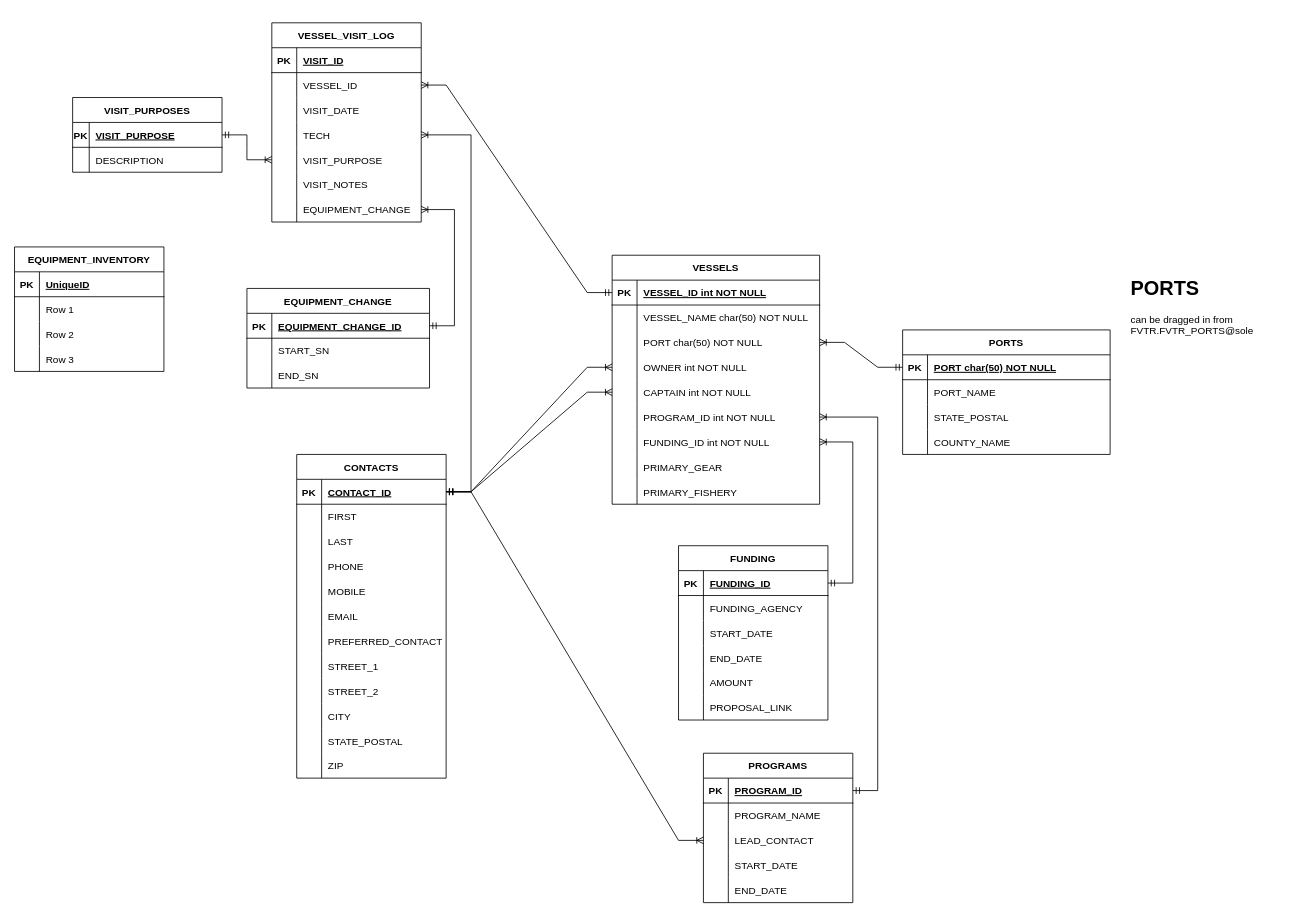
The draw.io diagram eMOLT.drawio in GMaynard1/emolt_project_management, before the edit. Source tidied: cells renumbered, new cells numbered last; positions are measured from the earlier drawing's top-left corner, leaving out a move shared by most shapes. Both pictures are drawn from the tidied source at 83%, with x=0, y=0 at pixel (14, 22).
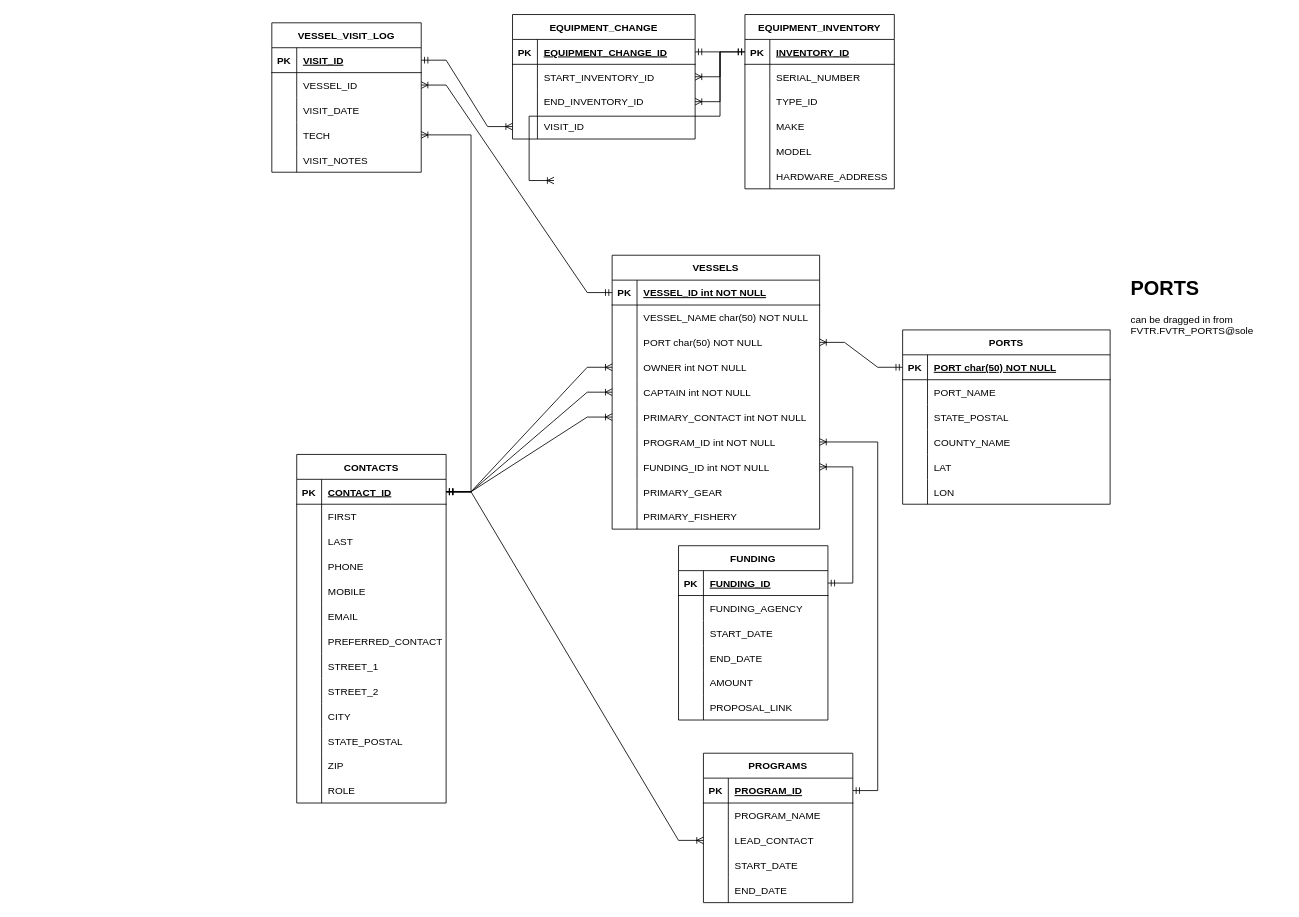
The same page after the edit.

The change refers to these unchanged cells:
```xml
<mxCell id="45" style="shape=partialRectangle;fillColor=none;top=0;left=0;bottom=1;right=0;points=[[0,0.5],[1,0.5]];portConstraint=eastwest;" parent="44" vertex="1">
  <mxGeometry y="30" width="180" height="30" as="geometry" />
</mxCell>
<mxCell id="123" style="shape=partialRectangle;fillColor=none;top=0;left=0;bottom=1;right=0;points=[[0,0.5],[1,0.5]];portConstraint=eastwest;" parent="122" vertex="1">
  <mxGeometry y="30" width="180" height="30" as="geometry" />
</mxCell>
<mxCell id="155" style="shape=partialRectangle;fillColor=none;top=0;left=0;bottom=1;right=0;points=[[0,0.5],[1,0.5]];portConstraint=eastwest;" parent="154" vertex="1">
  <mxGeometry y="30" width="220" height="30" as="geometry" />
</mxCell>
<mxCell id="158" style="shape=partialRectangle;fillColor=none;top=0;left=0;bottom=0;right=0;points=[[0,0.5],[1,0.5]];portConstraint=eastwest;" parent="154" vertex="1">
  <mxGeometry y="60" width="220" height="30" as="geometry" />
</mxCell>
<mxCell id="161" style="shape=partialRectangle;fillColor=none;top=0;left=0;bottom=0;right=0;points=[[0,0.5],[1,0.5]];portConstraint=eastwest;" parent="154" vertex="1">
  <mxGeometry y="90" width="220" height="30" as="geometry" />
</mxCell>
<mxCell id="166" style="shape=partialRectangle;fillColor=none;top=0;left=0;bottom=1;right=0;points=[[0,0.5],[1,0.5]];portConstraint=eastwest;" parent="165" vertex="1">
  <mxGeometry y="30" width="180" height="30" as="geometry" />
</mxCell>
```

Change to the diagram source:
```diff
@@
     <mxCell id="2" value="PORTS" style="shape=table;startSize=30;childLayout=tableLayout;rowLines=0;fontStyle=1;align=center;" parent="1" vertex="1">
-      <mxGeometry x="1070" y="370" width="250" height="150" as="geometry" />
+      <mxGeometry x="1070" y="370" width="250" height="210" as="geometry" />
     </mxCell>
@@
+    <mxCell id="178" style="shape=partialRectangle;fillColor=none;top=0;left=0;right=0;bottom=0;" parent="2" vertex="1">
+      <mxGeometry y="150" width="250" height="30" as="geometry" />
+    </mxCell>
+    <mxCell id="179" style="shape=partialRectangle;overflow=hidden;fillColor=none;top=0;left=0;bottom=0;right=0;" parent="178" vertex="1">
+      <mxGeometry width="30" height="30" as="geometry" />
+    </mxCell>
+    <mxCell id="180" value="LAT" style="shape=partialRectangle;overflow=hidden;fillColor=none;top=0;left=0;bottom=0;right=0;align=left;spacingLeft=6;" parent="178" vertex="1">
+      <mxGeometry x="30" width="220" height="30" as="geometry" />
+    </mxCell>
+    <mxCell id="181" style="shape=partialRectangle;fillColor=none;top=0;left=0;right=0;bottom=0;" parent="2" vertex="1">
+      <mxGeometry y="180" width="250" height="30" as="geometry" />
+    </mxCell>
+    <mxCell id="182" style="shape=partialRectangle;overflow=hidden;fillColor=none;top=0;left=0;bottom=0;right=0;" parent="181" vertex="1">
+      <mxGeometry width="30" height="30" as="geometry" />
+    </mxCell>
+    <mxCell id="183" value="LON" style="shape=partialRectangle;overflow=hidden;fillColor=none;top=0;left=0;bottom=0;right=0;align=left;spacingLeft=6;" parent="181" vertex="1">
+      <mxGeometry x="30" width="220" height="30" as="geometry" />
+    </mxCell>
     <mxCell id="15" value="VESSELS" style="shape=table;startSize=30;childLayout=tableLayout;rowLines=0;fontStyle=1;align=center;" parent="1" vertex="1">
-      <mxGeometry x="720" y="280" width="250" height="300" as="geometry" />
+      <mxGeometry x="720" y="280" width="250" height="330" as="geometry" />
     </mxCell>
@@
+    <mxCell id="184" style="shape=partialRectangle;fillColor=none;points=[[0,0.5],[1,0.5]];portConstraint=eastwest;top=0;left=0;right=0;bottom=0;" parent="15" vertex="1">
+      <mxGeometry y="180" width="250" height="30" as="geometry" />
+    </mxCell>
+    <mxCell id="185" style="shape=partialRectangle;overflow=hidden;fillColor=none;top=0;left=0;bottom=0;right=0;" parent="184" vertex="1">
+      <mxGeometry width="30" height="30" as="geometry" />
+    </mxCell>
+    <mxCell id="186" value="PRIMARY_CONTACT int NOT NULL" style="shape=partialRectangle;overflow=hidden;fillColor=none;top=0;left=0;bottom=0;right=0;align=left;spacingLeft=6;" parent="184" vertex="1">
+      <mxGeometry x="30" width="220" height="30" as="geometry" />
+    </mxCell>
     <mxCell id="31" style="shape=partialRectangle;fillColor=none;points=[[0,0.5],[1,0.5]];portConstraint=eastwest;top=0;left=0;right=0;bottom=0;" parent="15" vertex="1">
-      <mxGeometry y="180" width="250" height="30" as="geometry" />
+      <mxGeometry y="210" width="250" height="30" as="geometry" />
     </mxCell>
@@
     <mxCell id="34" style="shape=partialRectangle;fillColor=none;points=[[0,0.5],[1,0.5]];portConstraint=eastwest;top=0;left=0;right=0;bottom=0;" parent="15" vertex="1">
-      <mxGeometry y="210" width="250" height="30" as="geometry" />
+      <mxGeometry y="240" width="250" height="30" as="geometry" />
     </mxCell>
@@
     <mxCell id="37" style="shape=partialRectangle;fillColor=none;top=0;left=0;right=0;bottom=0;" parent="15" vertex="1">
-      <mxGeometry y="240" width="250" height="30" as="geometry" />
+      <mxGeometry y="270" width="250" height="30" as="geometry" />
     </mxCell>
@@
     <mxCell id="40" style="shape=partialRectangle;fillColor=none;top=0;left=0;right=0;bottom=0;" parent="15" vertex="1">
-      <mxGeometry y="270" width="250" height="30" as="geometry" />
+      <mxGeometry y="300" width="250" height="30" as="geometry" />
     </mxCell>
@@
     <mxCell id="44" value="CONTACTS" style="shape=table;startSize=30;childLayout=tableLayout;rowLines=0;fontStyle=1;align=center;" parent="1" vertex="1">
-      <mxGeometry x="340" y="520" width="180" height="390" as="geometry" />
+      <mxGeometry x="340" y="520" width="180" height="420" as="geometry" />
     </mxCell>
@@
+    <mxCell id="187" style="shape=partialRectangle;fillColor=none;top=0;left=0;bottom=0;right=0;" parent="44" vertex="1">
+      <mxGeometry y="390" width="180" height="30" as="geometry" />
+    </mxCell>
+    <mxCell id="188" style="shape=partialRectangle;fillColor=none;top=0;left=0;bottom=0;right=0;overflow=hidden;" parent="187" vertex="1">
+      <mxGeometry width="30" height="30" as="geometry" />
+    </mxCell>
+    <mxCell id="189" value="ROLE" style="shape=partialRectangle;fillColor=none;top=0;left=0;bottom=0;right=0;align=left;spacingLeft=6;overflow=hidden;" parent="187" vertex="1">
+      <mxGeometry x="30" width="150" height="30" as="geometry" />
+    </mxCell>
@@
     <mxCell id="122" value="VESSEL_VISIT_LOG" style="shape=table;startSize=30;childLayout=tableLayout;rowLines=0;fontStyle=1;align=center;" parent="1" vertex="1">
-      <mxGeometry x="310" width="180" height="240" as="geometry" />
+      <mxGeometry x="310" width="180" height="180" as="geometry" />
     </mxCell>
@@
-    <mxCell id="135" style="shape=partialRectangle;fillColor=none;top=0;left=0;bottom=0;right=0;points=[[0,0.5],[1,0.5]];portConstraint=eastwest;" parent="122" vertex="1">
-      <mxGeometry y="150" width="180" height="30" as="geometry" />
-    </mxCell>
-    <mxCell id="136" style="shape=partialRectangle;fillColor=none;top=0;left=0;bottom=0;right=0;overflow=hidden;" parent="135" vertex="1">
-      <mxGeometry width="30" height="30" as="geometry" />
-    </mxCell>
-    <mxCell id="137" value="VISIT_PURPOSE" style="shape=partialRectangle;fillColor=none;top=0;left=0;bottom=0;right=0;align=left;spacingLeft=6;overflow=hidden;" parent="135" vertex="1">
-      <mxGeometry x="30" width="150" height="30" as="geometry" />
-    </mxCell>
     <mxCell id="138" style="shape=partialRectangle;fillColor=none;top=0;left=0;bottom=0;right=0;" parent="122" vertex="1">
-      <mxGeometry y="180" width="180" height="30" as="geometry" />
+      <mxGeometry y="150" width="180" height="30" as="geometry" />
     </mxCell>
@@
-    <mxCell id="141" style="shape=partialRectangle;fillColor=none;top=0;left=0;bottom=0;right=0;points=[[0,0.5],[1,0.5]];portConstraint=eastwest;" parent="122" vertex="1">
-      <mxGeometry y="210" width="180" height="30" as="geometry" />
-    </mxCell>
-    <mxCell id="142" style="shape=partialRectangle;fillColor=none;top=0;left=0;bottom=0;right=0;overflow=hidden;" parent="141" vertex="1">
-      <mxGeometry width="30" height="30" as="geometry" />
-    </mxCell>
-    <mxCell id="143" value="EQUIPMENT_CHANGE" style="shape=partialRectangle;fillColor=none;top=0;left=0;bottom=0;right=0;align=left;spacingLeft=6;overflow=hidden;" parent="141" vertex="1">
-      <mxGeometry x="30" width="150" height="30" as="geometry" />
-    </mxCell>
@@
-    <mxCell id="146" value="VISIT_PURPOSES" style="shape=table;startSize=30;childLayout=tableLayout;rowLines=0;fontStyle=1;align=center;" parent="1" vertex="1">
-      <mxGeometry x="70" y="90" width="180" height="90" as="geometry" />
-    </mxCell>
-    <mxCell id="147" style="shape=partialRectangle;fillColor=none;top=0;left=0;bottom=1;right=0;points=[[0,0.5],[1,0.5]];portConstraint=eastwest;" parent="146" vertex="1">
-      <mxGeometry y="30" width="180" height="30" as="geometry" />
-    </mxCell>
-    <mxCell id="148" value="PK" style="shape=partialRectangle;fillColor=none;top=0;left=0;bottom=0;right=0;fontStyle=1;overflow=hidden;" parent="147" vertex="1">
-      <mxGeometry width="20" height="30" as="geometry" />
-    </mxCell>
-    <mxCell id="149" value="VISIT_PURPOSE" style="shape=partialRectangle;fillColor=none;top=0;left=0;bottom=0;right=0;align=left;spacingLeft=6;fontStyle=5;overflow=hidden;" parent="147" vertex="1">
-      <mxGeometry x="20" width="160" height="30" as="geometry" />
-    </mxCell>
-    <mxCell id="150" style="shape=partialRectangle;fillColor=none;top=0;left=0;bottom=0;right=0;" parent="146" vertex="1">
-      <mxGeometry y="60" width="180" height="30" as="geometry" />
-    </mxCell>
-    <mxCell id="151" style="shape=partialRectangle;fillColor=none;top=0;left=0;bottom=0;right=0;overflow=hidden;" parent="150" vertex="1">
-      <mxGeometry width="20" height="30" as="geometry" />
-    </mxCell>
-    <mxCell id="152" value="DESCRIPTION" style="shape=partialRectangle;fillColor=none;top=0;left=0;bottom=0;right=0;align=left;spacingLeft=6;overflow=hidden;" parent="150" vertex="1">
-      <mxGeometry x="20" width="160" height="30" as="geometry" />
-    </mxCell>
-    <mxCell id="153" style="edgeStyle=entityRelationEdgeStyle;fontSize=12;html=1;endArrow=ERoneToMany;startArrow=ERmandOne;rounded=0;" parent="1" edge="1" source="147" target="135">
-      <mxGeometry relative="1" as="geometry" />
-    </mxCell>
     <mxCell id="154" value="EQUIPMENT_CHANGE" style="shape=table;startSize=30;childLayout=tableLayout;rowLines=0;fontStyle=1;align=center;" parent="1" vertex="1">
-      <mxGeometry x="280" y="320" width="220" height="120" as="geometry" />
+      <mxGeometry x="600" y="-10" width="220" height="150" as="geometry" />
     </mxCell>
@@
-    <mxCell id="160" value="START_SN" style="shape=partialRectangle;fillColor=none;top=0;left=0;bottom=0;right=0;align=left;spacingLeft=6;overflow=hidden;" parent="158" vertex="1">
+    <mxCell id="160" value="START_INVENTORY_ID" style="shape=partialRectangle;fillColor=none;top=0;left=0;bottom=0;right=0;align=left;spacingLeft=6;overflow=hidden;" parent="158" vertex="1">
       <mxGeometry x="30" width="190" height="30" as="geometry" />
     </mxCell>
@@
-    <mxCell id="163" value="END_SN" style="shape=partialRectangle;fillColor=none;top=0;left=0;bottom=0;right=0;align=left;spacingLeft=6;overflow=hidden;" parent="161" vertex="1">
+    <mxCell id="163" value="END_INVENTORY_ID" style="shape=partialRectangle;fillColor=none;top=0;left=0;bottom=0;right=0;align=left;spacingLeft=6;overflow=hidden;" parent="161" vertex="1">
       <mxGeometry x="30" width="190" height="30" as="geometry" />
     </mxCell>
+    <mxCell id="190" style="shape=partialRectangle;fillColor=none;top=0;left=0;bottom=0;right=0;points=[[0,0.5],[1,0.5]];portConstraint=eastwest;" parent="154" vertex="1">
+      <mxGeometry y="120" width="220" height="30" as="geometry" />
+    </mxCell>
+    <mxCell id="191" style="shape=partialRectangle;fillColor=none;top=0;left=0;bottom=0;right=0;overflow=hidden;" parent="190" vertex="1">
+      <mxGeometry width="30" height="30" as="geometry" />
+    </mxCell>
+    <mxCell id="192" value="VISIT_ID" style="shape=partialRectangle;fillColor=none;top=0;left=0;bottom=0;right=0;align=left;spacingLeft=6;overflow=hidden;" parent="190" vertex="1">
+      <mxGeometry x="30" width="190" height="30" as="geometry" />
+    </mxCell>
-    <mxCell id="164" style="edgeStyle=entityRelationEdgeStyle;fontSize=12;html=1;endArrow=ERoneToMany;startArrow=ERmandOne;rounded=0;" parent="1" edge="1" source="155" target="141">
-      <mxGeometry relative="1" as="geometry" />
+    <mxCell id="164" style="edgeStyle=entityRelationEdgeStyle;fontSize=12;html=1;endArrow=ERoneToMany;startArrow=ERmandOne;rounded=0;" parent="1" edge="1" source="155">
+      <mxGeometry relative="1" as="geometry">
+        <mxPoint x="650" y="190" as="targetPoint" />
+      </mxGeometry>
     </mxCell>
     <mxCell id="165" value="EQUIPMENT_INVENTORY" style="shape=table;startSize=30;childLayout=tableLayout;rowLines=0;fontStyle=1;align=center;" parent="1" vertex="1">
-      <mxGeometry y="270" width="180" height="150" as="geometry" />
+      <mxGeometry x="880" y="-10" width="180" height="210" as="geometry" />
     </mxCell>
@@
-    <mxCell id="168" value="UniqueID" style="shape=partialRectangle;fillColor=none;top=0;left=0;bottom=0;right=0;align=left;spacingLeft=6;fontStyle=5;overflow=hidden;" parent="166" vertex="1">
+    <mxCell id="168" value="INVENTORY_ID" style="shape=partialRectangle;fillColor=none;top=0;left=0;bottom=0;right=0;align=left;spacingLeft=6;fontStyle=5;overflow=hidden;" parent="166" vertex="1">
       <mxGeometry x="30" width="150" height="30" as="geometry" />
     </mxCell>
+    <mxCell id="150" style="shape=partialRectangle;fillColor=none;top=0;left=0;bottom=0;right=0;" parent="165" vertex="1">
+      <mxGeometry y="60" width="180" height="30" as="geometry" />
+    </mxCell>
+    <mxCell id="193" style="shape=partialRectangle;fillColor=none;top=0;left=0;bottom=0;right=0;overflow=hidden;" parent="150" vertex="1">
+      <mxGeometry width="30" height="30" as="geometry" />
+    </mxCell>
+    <mxCell id="194" value="SERIAL_NUMBER" style="shape=partialRectangle;fillColor=none;top=0;left=0;bottom=0;right=0;align=left;spacingLeft=6;overflow=hidden;" parent="150" vertex="1">
+      <mxGeometry x="30" width="150" height="30" as="geometry" />
+    </mxCell>
     <mxCell id="169" style="shape=partialRectangle;fillColor=none;top=0;left=0;bottom=0;right=0;" parent="165" vertex="1">
-      <mxGeometry y="60" width="180" height="30" as="geometry" />
+      <mxGeometry y="90" width="180" height="30" as="geometry" />
     </mxCell>
@@
-    <mxCell id="171" value="Row 1" style="shape=partialRectangle;fillColor=none;top=0;left=0;bottom=0;right=0;align=left;spacingLeft=6;overflow=hidden;" parent="169" vertex="1">
+    <mxCell id="171" value="TYPE_ID" style="shape=partialRectangle;fillColor=none;top=0;left=0;bottom=0;right=0;align=left;spacingLeft=6;overflow=hidden;" parent="169" vertex="1">
       <mxGeometry x="30" width="150" height="30" as="geometry" />
     </mxCell>
     <mxCell id="172" style="shape=partialRectangle;fillColor=none;top=0;left=0;bottom=0;right=0;" parent="165" vertex="1">
-      <mxGeometry y="90" width="180" height="30" as="geometry" />
+      <mxGeometry y="120" width="180" height="30" as="geometry" />
     </mxCell>
@@
-    <mxCell id="174" value="Row 2" style="shape=partialRectangle;fillColor=none;top=0;left=0;bottom=0;right=0;align=left;spacingLeft=6;overflow=hidden;" parent="172" vertex="1">
+    <mxCell id="174" value="MAKE" style="shape=partialRectangle;fillColor=none;top=0;left=0;bottom=0;right=0;align=left;spacingLeft=6;overflow=hidden;" parent="172" vertex="1">
       <mxGeometry x="30" width="150" height="30" as="geometry" />
     </mxCell>
     <mxCell id="175" style="shape=partialRectangle;fillColor=none;top=0;left=0;bottom=0;right=0;" parent="165" vertex="1">
-      <mxGeometry y="120" width="180" height="30" as="geometry" />
+      <mxGeometry y="150" width="180" height="30" as="geometry" />
     </mxCell>
@@
-    <mxCell id="177" value="Row 3" style="shape=partialRectangle;fillColor=none;top=0;left=0;bottom=0;right=0;align=left;spacingLeft=6;overflow=hidden;" parent="175" vertex="1">
+    <mxCell id="177" value="MODEL" style="shape=partialRectangle;fillColor=none;top=0;left=0;bottom=0;right=0;align=left;spacingLeft=6;overflow=hidden;" parent="175" vertex="1">
       <mxGeometry x="30" width="150" height="30" as="geometry" />
     </mxCell>
+    <mxCell id="195" style="shape=partialRectangle;fillColor=none;top=0;left=0;bottom=0;right=0;" parent="165" vertex="1">
+      <mxGeometry y="180" width="180" height="30" as="geometry" />
+    </mxCell>
+    <mxCell id="196" style="shape=partialRectangle;fillColor=none;top=0;left=0;bottom=0;right=0;overflow=hidden;" parent="195" vertex="1">
+      <mxGeometry width="30" height="30" as="geometry" />
+    </mxCell>
+    <mxCell id="197" value="HARDWARE_ADDRESS" style="shape=partialRectangle;fillColor=none;top=0;left=0;bottom=0;right=0;align=left;spacingLeft=6;overflow=hidden;" parent="195" vertex="1">
+      <mxGeometry x="30" width="150" height="30" as="geometry" />
+    </mxCell>
+    <mxCell id="198" style="edgeStyle=entityRelationEdgeStyle;fontSize=12;html=1;endArrow=ERoneToMany;startArrow=ERmandOne;rounded=0;" parent="1" edge="1" source="166" target="158">
+      <mxGeometry relative="1" as="geometry" />
+    </mxCell>
+    <mxCell id="199" style="edgeStyle=entityRelationEdgeStyle;fontSize=12;html=1;endArrow=ERoneToMany;startArrow=ERmandOne;rounded=0;" parent="1" edge="1" source="166" target="161">
+      <mxGeometry relative="1" as="geometry" />
+    </mxCell>
+    <mxCell id="200" style="edgeStyle=entityRelationEdgeStyle;fontSize=12;html=1;endArrow=ERoneToMany;startArrow=ERmandOne;rounded=0;" parent="1" edge="1" source="123" target="190">
+      <mxGeometry relative="1" as="geometry" />
+    </mxCell>
+    <mxCell id="201" style="edgeStyle=entityRelationEdgeStyle;fontSize=12;html=1;endArrow=ERoneToMany;startArrow=ERmandOne;rounded=0;" parent="1" edge="1" source="45" target="184">
+      <mxGeometry relative="1" as="geometry" />
+    </mxCell>
```
